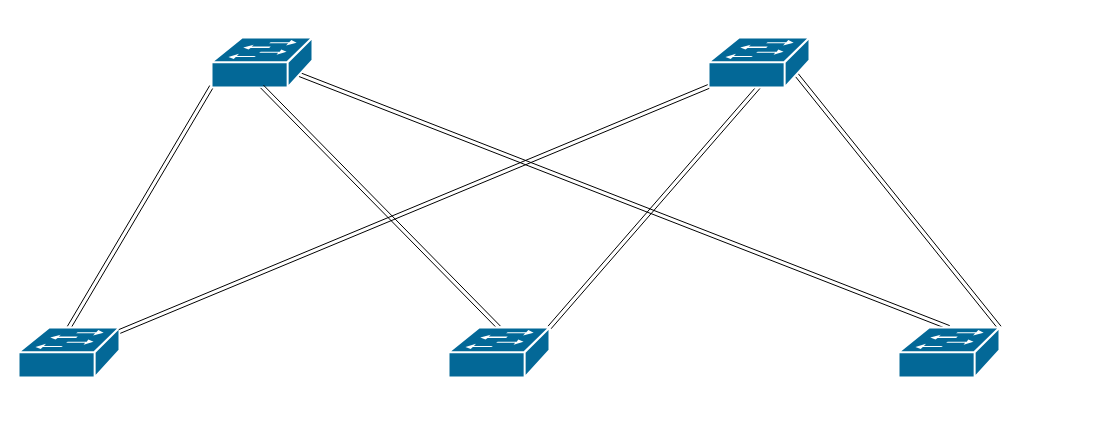
This is ceos/5-node_port-channel/vxlan_ospf-underlay.drawio from rmcmilli/Terraform, a draw.io file, before an edit. Source tidied: cells renumbered, new cells numbered last; positions are measured from the earlier drawing's top-left corner, leaving out a move shared by most shapes. Both pictures are drawn from the tidied source at 100%, with x=0, y=0 at pixel (18, 37).
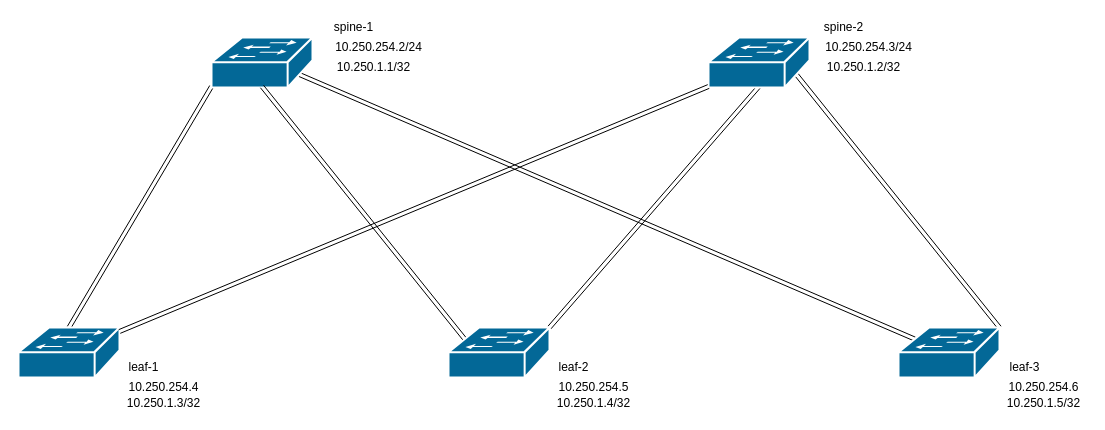
Above is the later version.

The change refers to these unchanged cells:
```xml
<mxCell id="4" style="shape=mxgraph.cisco.switches.workgroup_switch;html=1;dashed=0;fillColor=#036897;strokeColor=#ffffff;strokeWidth=2;verticalLabelPosition=bottom;verticalAlign=top;align=center;outlineConnect=0;" parent="1" vertex="1">
  <mxGeometry x="193" width="101" height="50" as="geometry" />
</mxCell>
<mxCell id="11" style="shape=mxgraph.cisco.switches.workgroup_switch;html=1;dashed=0;fillColor=#036897;strokeColor=#ffffff;strokeWidth=2;verticalLabelPosition=bottom;verticalAlign=top;align=center;outlineConnect=0;" parent="1" vertex="1">
  <mxGeometry x="430" y="290" width="101" height="50" as="geometry" />
</mxCell>
<mxCell id="12" style="shape=mxgraph.cisco.switches.workgroup_switch;html=1;dashed=0;fillColor=#036897;strokeColor=#ffffff;strokeWidth=2;verticalLabelPosition=bottom;verticalAlign=top;align=center;outlineConnect=0;" parent="1" vertex="1">
  <mxGeometry x="880" y="290" width="101" height="50" as="geometry" />
</mxCell>
```

The edit, as a diff of the source:
```diff
@@
-    <mxCell id="3" style="edgeStyle=none;shape=link;rounded=0;jettySize=auto;html=1;exitX=0.87;exitY=0.74;exitDx=0;exitDy=0;exitPerimeter=0;entryX=0.5;entryY=0;entryDx=0;entryDy=0;entryPerimeter=0;" parent="1" edge="1" source="4" target="12">
+    <mxCell id="3" style="edgeStyle=none;shape=link;rounded=0;jettySize=auto;html=1;exitX=0.87;exitY=0.74;exitDx=0;exitDy=0;exitPerimeter=0;entryX=0.16;entryY=0.23;entryDx=0;entryDy=0;entryPerimeter=0;" parent="1" edge="1" source="4" target="12">
       <mxGeometry relative="1" as="geometry" />
     </mxCell>
@@
-    <mxCell id="9" style="edgeStyle=none;shape=link;rounded=0;jettySize=auto;html=1;exitX=0.5;exitY=0;exitDx=0;exitDy=0;exitPerimeter=0;entryX=0.5;entryY=0.98;entryDx=0;entryDy=0;entryPerimeter=0;" parent="1" edge="1" source="11" target="4">
+    <mxCell id="9" style="edgeStyle=none;shape=link;rounded=0;jettySize=auto;html=1;exitX=0.16;exitY=0.23;exitDx=0;exitDy=0;exitPerimeter=0;entryX=0.5;entryY=0.98;entryDx=0;entryDy=0;entryPerimeter=0;" parent="1" edge="1" source="11" target="4">
       <mxGeometry relative="1" as="geometry" />
     </mxCell>
@@
+    <mxCell id="13" value="spine-1" style="text;html=1;align=center;verticalAlign=middle;" parent="1" vertex="1">
+      <mxGeometry x="310" y="-20" width="50" height="20" as="geometry" />
+    </mxCell>
+    <mxCell id="14" value="spine-2" style="text;html=1;align=center;verticalAlign=middle;" parent="1" vertex="1">
+      <mxGeometry x="800" y="-20" width="50" height="20" as="geometry" />
+    </mxCell>
+    <mxCell id="15" value="leaf-1" style="text;html=1;align=center;verticalAlign=middle;" parent="1" vertex="1">
+      <mxGeometry x="100" y="320" width="50" height="20" as="geometry" />
+    </mxCell>
+    <mxCell id="16" value="leaf-2" style="text;html=1;align=center;verticalAlign=middle;" parent="1" vertex="1">
+      <mxGeometry x="530" y="320" width="50" height="20" as="geometry" />
+    </mxCell>
+    <mxCell id="17" value="leaf-3" style="text;html=1;align=center;verticalAlign=middle;" parent="1" vertex="1">
+      <mxGeometry x="981" y="320" width="50" height="20" as="geometry" />
+    </mxCell>
+    <mxCell id="18" parent="0" />
+    <mxCell id="19" value="10.250.254.2/24" style="text;html=1;align=center;verticalAlign=middle;" parent="18" vertex="1">
+      <mxGeometry x="310" width="100" height="20" as="geometry" />
+    </mxCell>
+    <mxCell id="20" value="10.250.254.3/24" style="text;html=1;align=center;verticalAlign=middle;" parent="18" vertex="1">
+      <mxGeometry x="800" width="100" height="20" as="geometry" />
+    </mxCell>
+    <mxCell id="21" value="10.250.254.4" style="text;html=1;align=center;verticalAlign=middle;" parent="18" vertex="1">
+      <mxGeometry x="100" y="340" width="90" height="20" as="geometry" />
+    </mxCell>
+    <mxCell id="22" value="10.250.254.5" style="text;html=1;align=center;verticalAlign=middle;" parent="18" vertex="1">
+      <mxGeometry x="530" y="340" width="90" height="20" as="geometry" />
+    </mxCell>
+    <mxCell id="23" value="10.250.254.6" style="text;html=1;align=center;verticalAlign=middle;" parent="18" vertex="1">
+      <mxGeometry x="980" y="340" width="90" height="20" as="geometry" />
+    </mxCell>
+    <mxCell id="24" parent="0" />
+    <mxCell id="25" value="10.250.1.1/32" style="text;html=1;align=center;verticalAlign=middle;" parent="24" vertex="1">
+      <mxGeometry x="310" y="20" width="90" height="20" as="geometry" />
+    </mxCell>
+    <mxCell id="26" value="10.250.1.2/32" style="text;html=1;align=center;verticalAlign=middle;" parent="24" vertex="1">
+      <mxGeometry x="800" y="20" width="90" height="20" as="geometry" />
+    </mxCell>
+    <mxCell id="27" value="10.250.1.3/32" style="text;html=1;align=center;verticalAlign=middle;" parent="24" vertex="1">
+      <mxGeometry x="100" y="356" width="90" height="20" as="geometry" />
+    </mxCell>
+    <mxCell id="28" value="10.250.1.4/32" style="text;html=1;align=center;verticalAlign=middle;" parent="24" vertex="1">
+      <mxGeometry x="530" y="356" width="90" height="20" as="geometry" />
+    </mxCell>
+    <mxCell id="29" value="10.250.1.5/32" style="text;html=1;align=center;verticalAlign=middle;" parent="24" vertex="1">
+      <mxGeometry x="980" y="356" width="90" height="20" as="geometry" />
+    </mxCell>
+    <mxCell id="30" parent="0" />
```
